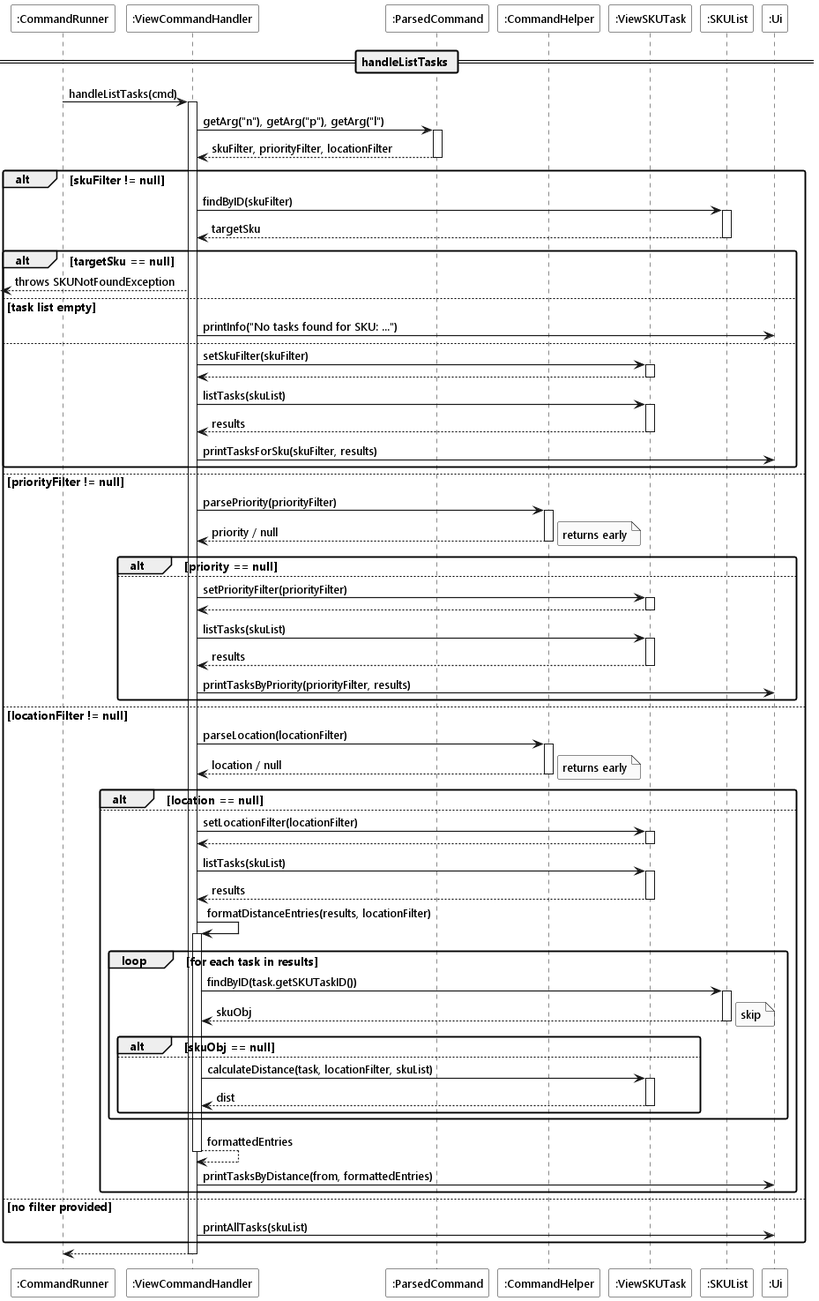
Above: docs/diagrams/command/listtasks-sequence.png in heehaw1234/tp (PlantUML), before the change.
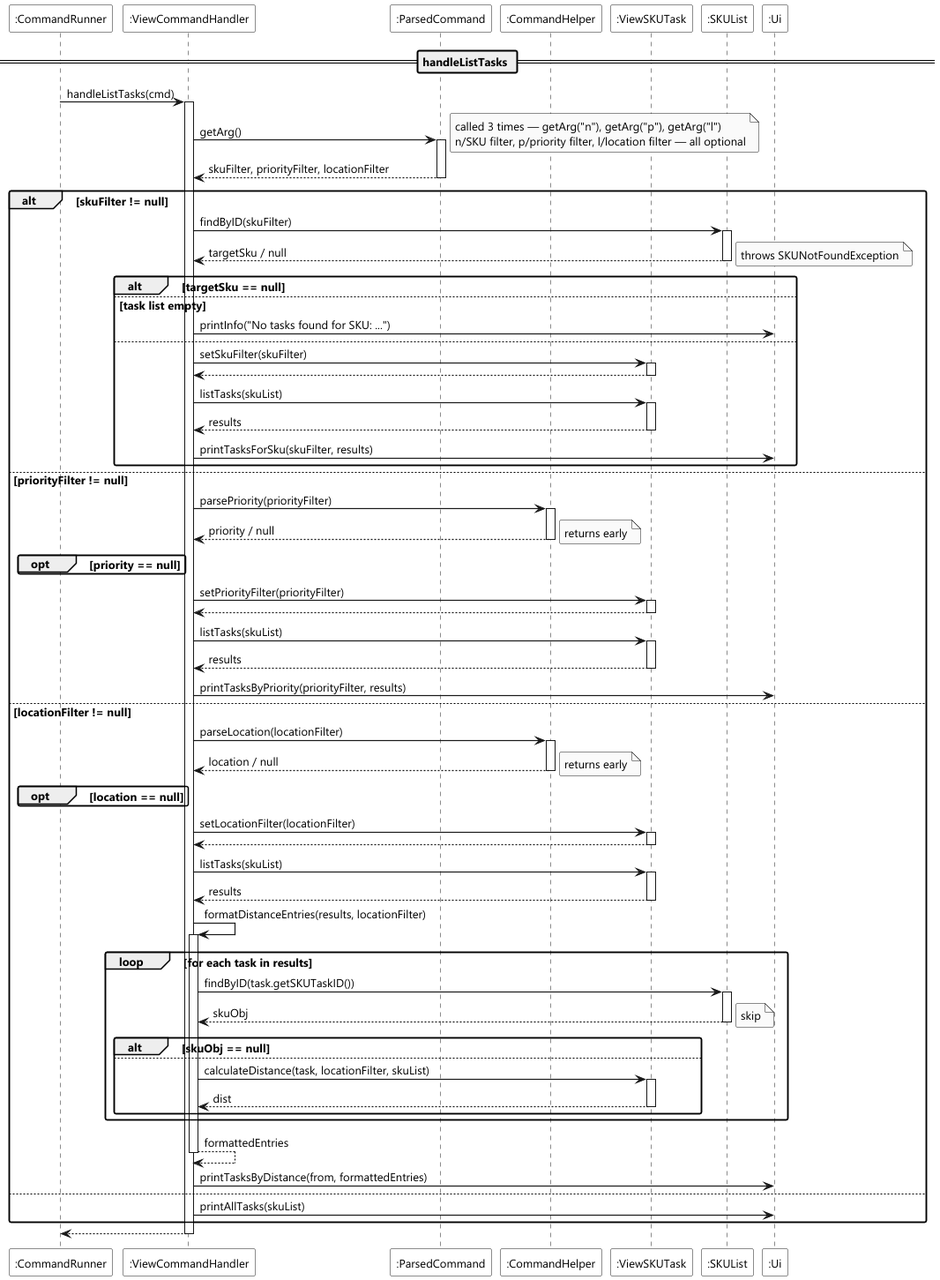
The same file after the commit.

The edit, as a diff of the source:
```diff
@@ -13,15 +13,16 @@
 
 runner -> handler ++ : handleListTasks(cmd)
 
-handler -> cmd ++ : getArg("n"), getArg("p"), getArg("l")
+handler -> cmd ++ : getArg()
+note right : called 3 times — getArg("n"), getArg("p"), getArg("l")\nn/SKU filter, p/priority filter, l/location filter — all optional
 return skuFilter, priorityFilter, locationFilter
 
 alt skuFilter != null
     handler -> skuList ++ : findByID(skuFilter)
-    return targetSku
+    return targetSku / null
 
     alt targetSku == null
-        <-- handler : throws SKUNotFoundException
+        note right : throws SKUNotFoundException
     else task list empty
         handler -> ui : printInfo("No tasks found for SKU: ...")
     else
@@ -38,51 +39,51 @@
     handler -> helper ++ : parsePriority(priorityFilter)
     return priority / null
 
-    alt priority == null
+    opt priority == null
         note right : returns early
-    else
-        handler -> viewer ++ : setPriorityFilter(priorityFilter)
-        return
+    end
 
-        handler -> viewer ++ : listTasks(skuList)
-        return results
+    handler -> viewer ++ : setPriorityFilter(priorityFilter)
+    return
 
-        handler -> ui : printTasksByPriority(priorityFilter, results)
-    end
+    handler -> viewer ++ : listTasks(skuList)
+    return results
+
+    handler -> ui : printTasksByPriority(priorityFilter, results)
 
 else locationFilter != null
     handler -> helper ++ : parseLocation(locationFilter)
     return location / null
 
-    alt location == null
+    opt location == null
         note right : returns early
-    else
-        handler -> viewer ++ : setLocationFilter(locationFilter)
-        return
-
-        handler -> viewer ++ : listTasks(skuList)
-        return results
-
-        handler -> handler ++ : formatDistanceEntries(results, locationFilter)
-
-        loop for each task in results
-            handler -> skuList ++ : findByID(task.getSKUTaskID())
-            return skuObj
-
-            alt skuObj == null
-                note right : skip
-            else
-                handler -> viewer ++ : calculateDistance(task, locationFilter, skuList)
-                return dist
-            end
-        end
-
-        return formattedEntries
-
-        handler -> ui : printTasksByDistance(from, formattedEntries)
     end
 
-else no filter provided
+    handler -> viewer ++ : setLocationFilter(locationFilter)
+    return
+
+    handler -> viewer ++ : listTasks(skuList)
+    return results
+
+    handler -> handler ++ : formatDistanceEntries(results, locationFilter)
+
+    loop for each task in results
+        handler -> skuList ++ : findByID(task.getSKUTaskID())
+        return skuObj
+
+        alt skuObj == null
+            note right : skip
+        else
+            handler -> viewer ++ : calculateDistance(task, locationFilter, skuList)
+            return dist
+        end
+    end
+
+    return formattedEntries
+
+    handler -> ui : printTasksByDistance(from, formattedEntries)
+
+else
     handler -> ui : printAllTasks(skuList)
 end
 
```
